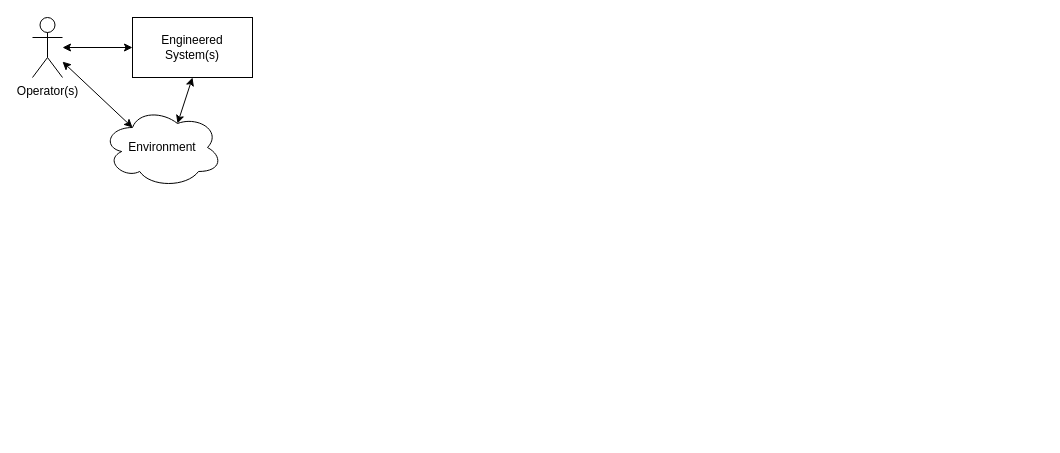
nasa/fmdtools keeps this draw.io diagram as page "autonomy_resilience" (7 of 8) of docs-source/figures/drawio/fmdtools diagrams.drawio. Above is the earlier version. Source tidied: cells renumbered, new cells numbered last; positions are measured from the earlier drawing's top-left corner, leaving out a move shared by most shapes. Both pictures are drawn from the tidied source at 100%, with x=0, y=0 at pixel (32, 17).
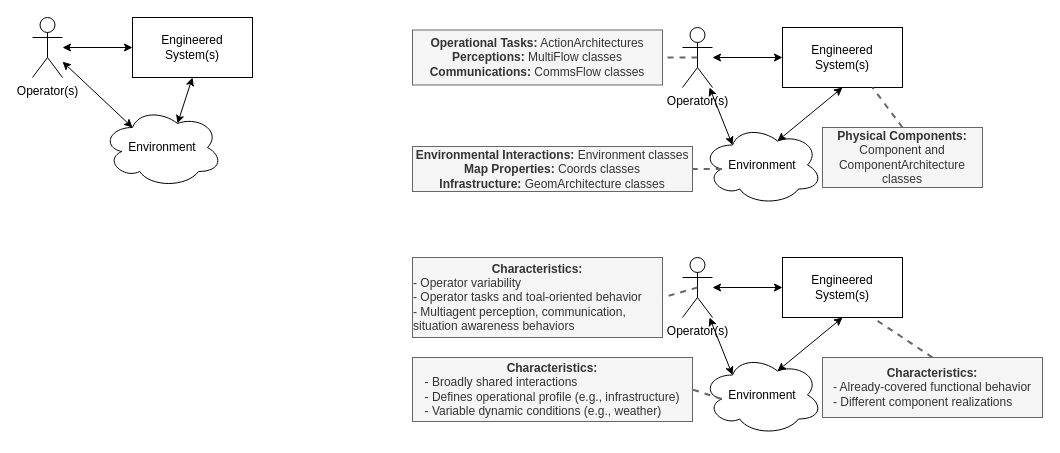
The same page after the edit.

What changed in the source:
```diff
@@
+    <mxCell id="8" value="Operator(s)" style="shape=umlActor;verticalLabelPosition=bottom;verticalAlign=top;html=1;outlineConnect=0;" parent="1" vertex="1">
+      <mxGeometry x="650" y="10" width="30" height="60" as="geometry" />
+    </mxCell>
+    <mxCell id="9" value="Engineered&lt;div&gt;System(s)&lt;/div&gt;" style="rounded=0;whiteSpace=wrap;html=1;" parent="1" vertex="1">
+      <mxGeometry x="750" y="10" width="120" height="60" as="geometry" />
+    </mxCell>
+    <mxCell id="10" value="Environment" style="ellipse;shape=cloud;whiteSpace=wrap;html=1;" parent="1" vertex="1">
+      <mxGeometry x="670" y="107.5" width="120" height="80" as="geometry" />
+    </mxCell>
+    <mxCell id="11" style="endArrow=classic;html=1;rounded=0;startArrow=classic;startFill=1;exitX=0.25;exitY=0.25;exitDx=0;exitDy=0;exitPerimeter=0;" parent="1" edge="1" source="10" target="8">
+      <mxGeometry relative="1" as="geometry" />
+    </mxCell>
+    <mxCell id="12" style="endArrow=classic;html=1;rounded=0;startArrow=classic;startFill=1;exitX=0;exitY=0.5;exitDx=0;exitDy=0;" parent="1" edge="1" source="9" target="8">
+      <mxGeometry relative="1" as="geometry" />
+    </mxCell>
+    <mxCell id="13" style="endArrow=classic;html=1;rounded=0;startArrow=classic;startFill=1;entryX=0.5;entryY=1;entryDx=0;entryDy=0;exitX=0.625;exitY=0.2;exitDx=0;exitDy=0;exitPerimeter=0;" parent="1" edge="1" source="10" target="9">
+      <mxGeometry relative="1" as="geometry" />
+    </mxCell>
+    <mxCell id="14" value="&lt;b&gt;Operational Tasks:&lt;/b&gt; ActionArchitectures&lt;div&gt;&lt;b&gt;Perceptions: &lt;/b&gt;MultiFlow classes&lt;/div&gt;&lt;div&gt;&lt;b&gt;Communications:&lt;/b&gt; CommsFlow classes&lt;/div&gt;" style="text;html=1;align=center;verticalAlign=middle;whiteSpace=wrap;rounded=0;fillColor=#f5f5f5;fontColor=#333333;strokeColor=#666666;" parent="1" vertex="1">
+      <mxGeometry x="380" y="12.5" width="250" height="55" as="geometry" />
+    </mxCell>
+    <mxCell id="15" value="&lt;b&gt;Physical Components:&lt;/b&gt; Component and ComponentArchitecture classes" style="text;html=1;align=center;verticalAlign=middle;whiteSpace=wrap;rounded=0;fillColor=#f5f5f5;fontColor=#333333;strokeColor=#666666;" parent="1" vertex="1">
+      <mxGeometry x="790" y="110" width="160" height="60" as="geometry" />
+    </mxCell>
+    <mxCell id="16" value="&lt;b&gt;Environmental Interactions:&lt;/b&gt; Environment classes&lt;div&gt;&lt;b&gt;Map Properties:&lt;/b&gt; Coords classes&lt;/div&gt;&lt;div&gt;&lt;b&gt;Infrastructure:&lt;/b&gt; GeomArchitecture classes&lt;/div&gt;" style="text;html=1;align=center;verticalAlign=middle;whiteSpace=wrap;rounded=0;fillColor=#f5f5f5;fontColor=#333333;strokeColor=#666666;" parent="1" vertex="1">
+      <mxGeometry x="380" y="129" width="280" height="45" as="geometry" />
+    </mxCell>
+    <mxCell id="17" style="endArrow=none;dashed=1;html=1;rounded=0;strokeColor=#666666;entryX=0.75;entryY=1;entryDx=0;entryDy=0;exitX=0.5;exitY=0;exitDx=0;exitDy=0;strokeWidth=2;fillColor=#f5f5f5;" parent="1" edge="1" source="15" target="9">
+      <mxGeometry relative="1" as="geometry" />
+    </mxCell>
+    <mxCell id="18" style="endArrow=none;dashed=1;html=1;rounded=0;strokeColor=#666666;entryX=1;entryY=0.5;entryDx=0;entryDy=0;exitX=0.16;exitY=0.55;exitDx=0;exitDy=0;strokeWidth=2;fillColor=#f5f5f5;exitPerimeter=0;" parent="1" edge="1" source="10" target="16">
+      <mxGeometry relative="1" as="geometry" />
+    </mxCell>
+    <mxCell id="19" style="endArrow=none;dashed=1;html=1;rounded=0;strokeColor=#666666;entryX=1;entryY=0.5;entryDx=0;entryDy=0;exitX=0.5;exitY=0.5;exitDx=0;exitDy=0;strokeWidth=2;fillColor=#f5f5f5;exitPerimeter=0;" parent="1" edge="1" source="8" target="14">
+      <mxGeometry relative="1" as="geometry" />
+    </mxCell>
+    <mxCell id="20" value="Operator(s)" style="shape=umlActor;verticalLabelPosition=bottom;verticalAlign=top;html=1;outlineConnect=0;" parent="1" vertex="1">
+      <mxGeometry x="650" y="240" width="30" height="60" as="geometry" />
+    </mxCell>
+    <mxCell id="21" value="Engineered&lt;div&gt;System(s)&lt;/div&gt;" style="rounded=0;whiteSpace=wrap;html=1;" parent="1" vertex="1">
+      <mxGeometry x="750" y="240" width="120" height="60" as="geometry" />
+    </mxCell>
+    <mxCell id="22" value="Environment" style="ellipse;shape=cloud;whiteSpace=wrap;html=1;" parent="1" vertex="1">
+      <mxGeometry x="670" y="337.5" width="120" height="80" as="geometry" />
+    </mxCell>
+    <mxCell id="23" style="endArrow=classic;html=1;rounded=0;startArrow=classic;startFill=1;exitX=0.25;exitY=0.25;exitDx=0;exitDy=0;exitPerimeter=0;" parent="1" edge="1" source="22" target="20">
+      <mxGeometry relative="1" as="geometry" />
+    </mxCell>
+    <mxCell id="24" style="endArrow=classic;html=1;rounded=0;startArrow=classic;startFill=1;exitX=0;exitY=0.5;exitDx=0;exitDy=0;" parent="1" edge="1" source="21" target="20">
+      <mxGeometry relative="1" as="geometry" />
+    </mxCell>
+    <mxCell id="25" style="endArrow=classic;html=1;rounded=0;startArrow=classic;startFill=1;entryX=0.5;entryY=1;entryDx=0;entryDy=0;exitX=0.625;exitY=0.2;exitDx=0;exitDy=0;exitPerimeter=0;" parent="1" edge="1" source="22" target="21">
+      <mxGeometry relative="1" as="geometry" />
+    </mxCell>
+    <mxCell id="26" value="&lt;b&gt;Characteristics:&lt;/b&gt;&lt;div style=&quot;text-align: left;&quot;&gt;- Operator variability&lt;/div&gt;&lt;div style=&quot;text-align: left;&quot;&gt;- Operator tasks and toal-oriented behavior&lt;/div&gt;&lt;div style=&quot;text-align: left;&quot;&gt;- Multiagent perception, communication, situation awareness behaviors&lt;/div&gt;" style="text;html=1;align=center;verticalAlign=middle;whiteSpace=wrap;rounded=0;fillColor=#f5f5f5;fontColor=#333333;strokeColor=#666666;" parent="1" vertex="1">
+      <mxGeometry x="380" y="240" width="250" height="80" as="geometry" />
+    </mxCell>
+    <mxCell id="27" value="&lt;b&gt;Characteristics:&lt;/b&gt;&lt;div style=&quot;text-align: left;&quot;&gt;- Already-covered functional behavior&lt;br&gt;&lt;/div&gt;&lt;div style=&quot;text-align: left;&quot;&gt;-&amp;nbsp;&lt;span style=&quot;background-color: initial;&quot;&gt;Different component realizations&lt;/span&gt;&lt;/div&gt;" style="text;html=1;align=center;verticalAlign=middle;whiteSpace=wrap;rounded=0;fillColor=#f5f5f5;fontColor=#333333;strokeColor=#666666;" parent="1" vertex="1">
+      <mxGeometry x="790" y="340" width="220" height="60" as="geometry" />
+    </mxCell>
+    <mxCell id="28" value="&lt;b&gt;Characteristics:&lt;/b&gt;&lt;div style=&quot;text-align: left;&quot;&gt;- Broadly shared interactions&lt;/div&gt;&lt;div style=&quot;text-align: left;&quot;&gt;- Defines operational profile (e.g., infrastructure)&lt;/div&gt;&lt;div style=&quot;text-align: left;&quot;&gt;- Variable dynamic conditions (e.g., weather)&lt;/div&gt;" style="text;html=1;align=center;verticalAlign=middle;whiteSpace=wrap;rounded=0;fillColor=#f5f5f5;fontColor=#333333;strokeColor=#666666;" parent="1" vertex="1">
+      <mxGeometry x="380" y="340" width="280" height="64" as="geometry" />
+    </mxCell>
+    <mxCell id="29" style="endArrow=none;dashed=1;html=1;rounded=0;strokeColor=#666666;entryX=0.75;entryY=1;entryDx=0;entryDy=0;exitX=0.5;exitY=0;exitDx=0;exitDy=0;strokeWidth=2;fillColor=#f5f5f5;" parent="1" edge="1" source="27" target="21">
+      <mxGeometry relative="1" as="geometry" />
+    </mxCell>
+    <mxCell id="30" style="endArrow=none;dashed=1;html=1;rounded=0;strokeColor=#666666;entryX=1;entryY=0.5;entryDx=0;entryDy=0;exitX=0.16;exitY=0.55;exitDx=0;exitDy=0;strokeWidth=2;fillColor=#f5f5f5;exitPerimeter=0;" parent="1" edge="1" source="22" target="28">
+      <mxGeometry relative="1" as="geometry" />
+    </mxCell>
+    <mxCell id="31" style="endArrow=none;dashed=1;html=1;rounded=0;strokeColor=#666666;entryX=1;entryY=0.5;entryDx=0;entryDy=0;exitX=0.5;exitY=0.5;exitDx=0;exitDy=0;strokeWidth=2;fillColor=#f5f5f5;exitPerimeter=0;" parent="1" edge="1" source="20" target="26">
+      <mxGeometry relative="1" as="geometry" />
+    </mxCell>
```
